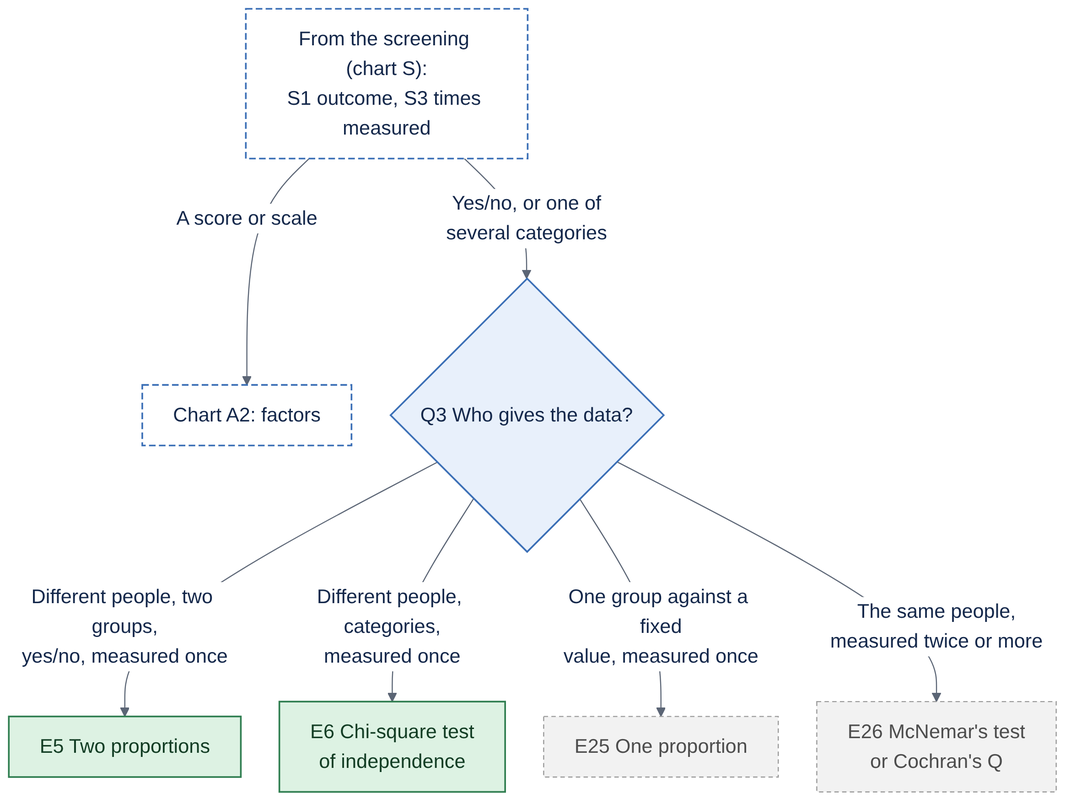
Before: docs/figures/decision-tree/A1-difference-outcome.png, a diagram exported from Mermaid (JoelThornton/Powerkit). Its source is kept beside it as docs/figures/decision-tree/A1-difference-outcome.mmd.
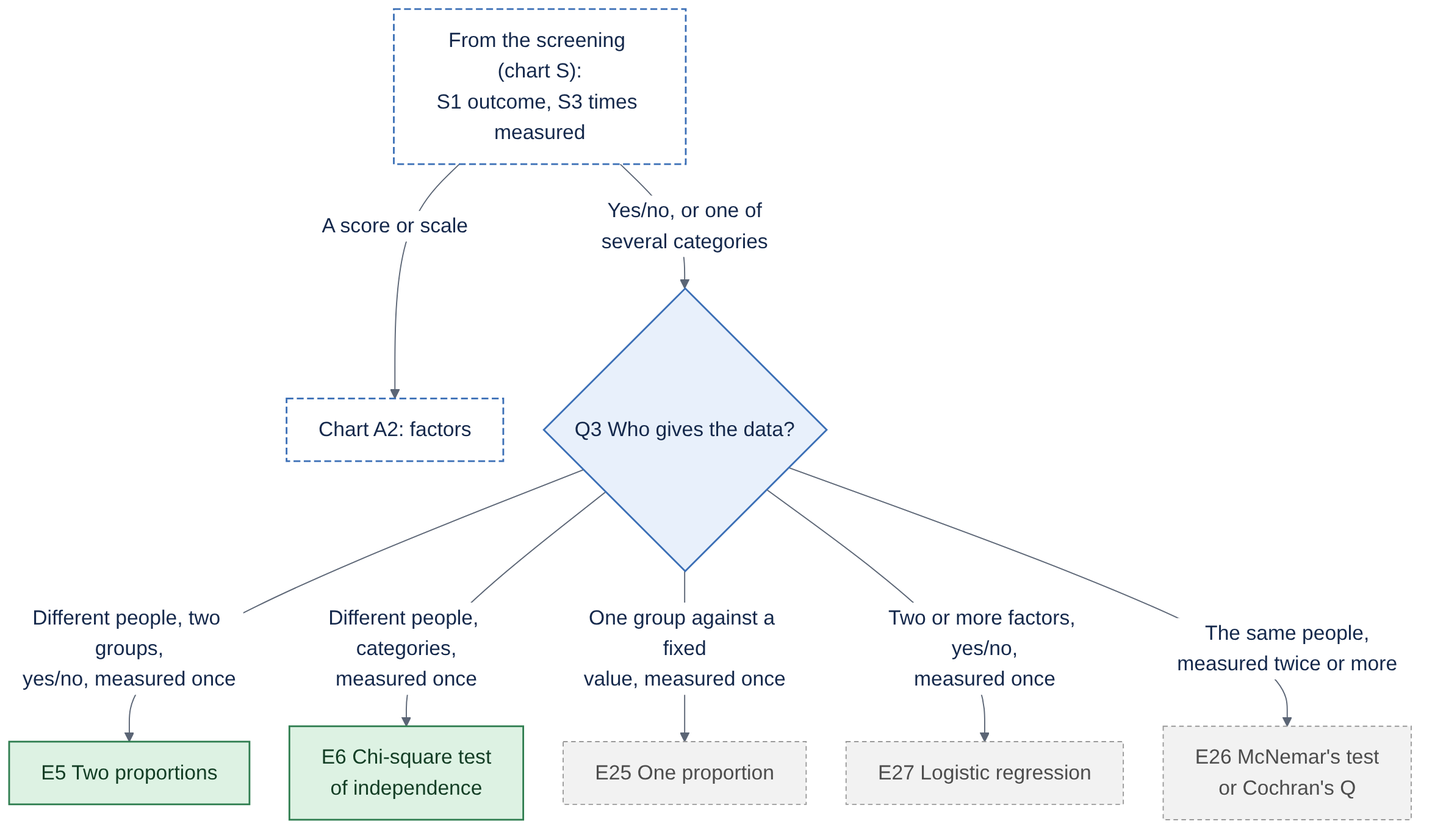
The same file after the commit.

Change to the diagram source:
```diff
@@ -5,10 +5,11 @@
   Q3y -->|Different people, two groups,<br/>yes/no, measured once| E5["E5 Two proportions"]
   Q3y -->|Different people, categories,<br/>measured once| E6["E6 Chi-square test<br/>of independence"]
   Q3y -->|One group against a fixed<br/>value, measured once| E25["E25 One proportion"]
+  Q3y -->|Two or more factors, yes/no,<br/>measured once| E27["E27 Logistic regression"]
   Q3y -->|The same people,<br/>measured twice or more| E26["E26 McNemar's test<br/>or Cochran's Q"]
   class Q3y q
   class E5,E6 avail
-  class E25,E26 later
+  class E25,E26,E27 later
   class S,A2 jump
   classDef q fill:#E8F0FB,stroke:#3B6FB6,color:#14284B,stroke-width:1.5px
   classDef avail fill:#DDF2E3,stroke:#2E7D4F,color:#123D24,stroke-width:1.5px
```
